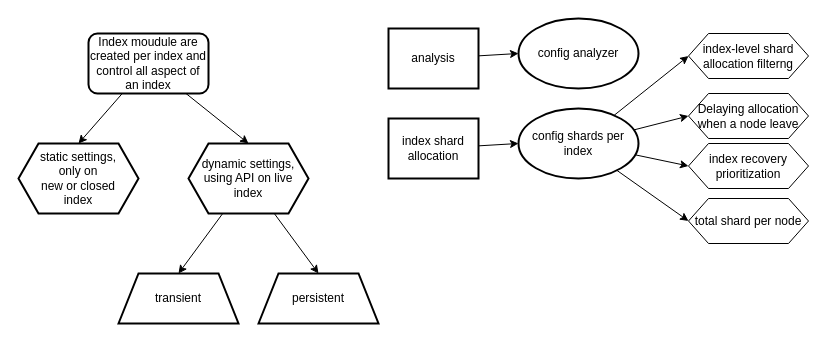
The draw.io diagram page "Index Module" (8 of 8) of My Articles/elastic stack/Elastic Search Index Understanding.drawio in paramothers/books, before the edit. Source tidied: cells renumbered, new cells numbered last; positions are measured from the earlier drawing's top-left corner, leaving out a move shared by most shapes. Both pictures are drawn from the tidied source at 100%, with x=0, y=0 at pixel (18, 18).
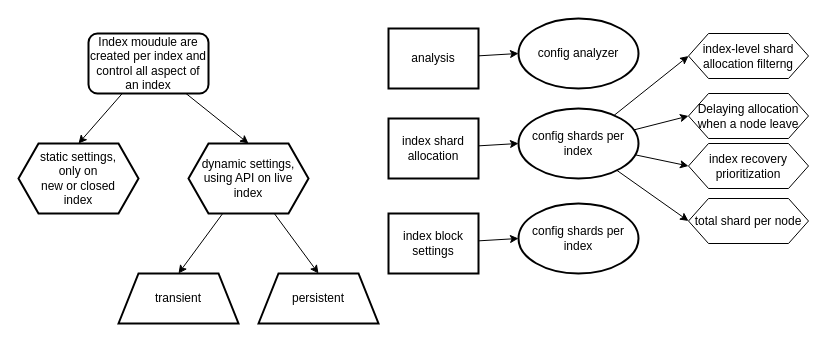
The same diagram, later.

What changed in the source:
```diff
@@
+    <mxCell id="25" style="edgeStyle=none;rounded=0;jettySize=auto;html=1;entryX=0;entryY=0.5;entryDx=0;entryDy=0;startArrow=none;startFill=0;endArrow=classic;endFill=1;strokeWidth=1;" parent="1" edge="1" source="26" target="27">
+      <mxGeometry relative="1" as="geometry" />
+    </mxCell>
+    <mxCell id="26" value="index block settings" style="rounded=0;whiteSpace=wrap;html=1;strokeColor=#000000;strokeWidth=2;" parent="1" vertex="1">
+      <mxGeometry x="370" y="195" width="90" height="60" as="geometry" />
+    </mxCell>
+    <mxCell id="27" value="config shards per index" style="ellipse;whiteSpace=wrap;html=1;strokeColor=#000000;strokeWidth=2;" parent="1" vertex="1">
+      <mxGeometry x="500" y="185" width="120" height="70" as="geometry" />
+    </mxCell>
```
